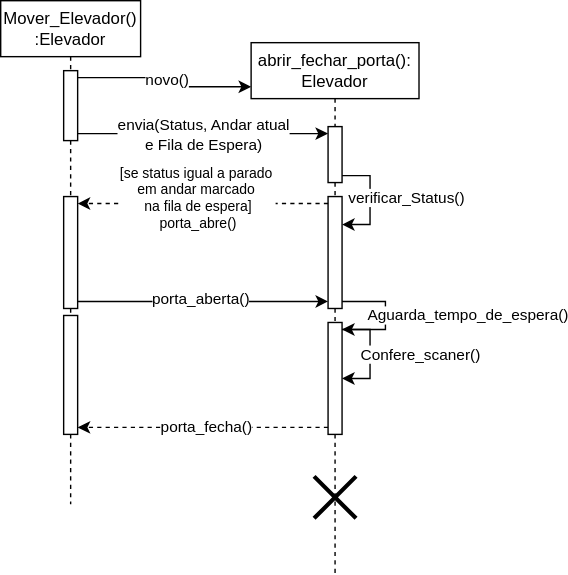
This is Diagrama-Sequencia/Abre_FechaPorta.svg from wholocked1/Projeto-2-modelagem, a draw.io export, as it was before one commit. Source tidied: cells renumbered, new cells last; positions are measured from the earlier drawing's top-left corner, leaving out a move shared by most shapes.
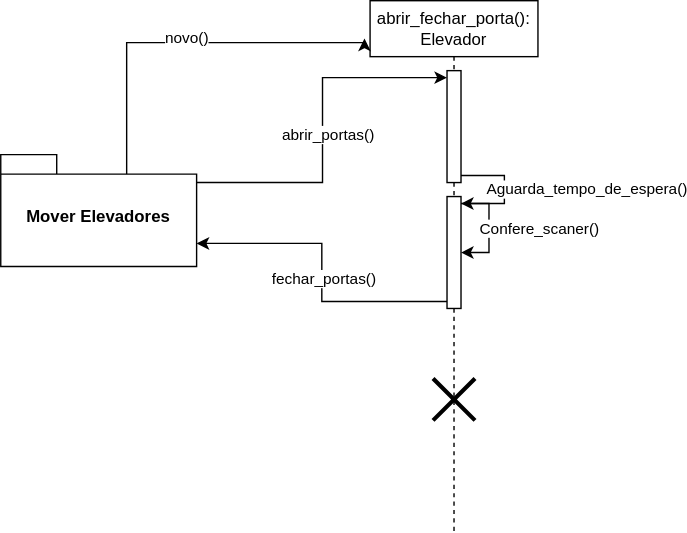
After the change.

Diff of the diagram source:
```diff
@@ -2,42 +2,20 @@
   <root>
     <mxCell id="0" />
     <mxCell id="1" parent="0" />
-    <mxCell id="2" value="Mover_Elevador()&lt;div&gt;:Elevador&lt;/div&gt;" style="shape=umlLifeline;perimeter=lifelinePerimeter;whiteSpace=wrap;html=1;newEdgeStyle={&quot;curved&quot;:0,&quot;rounded&quot;:0};" parent="1" vertex="1">
-      <mxGeometry width="100" height="360" as="geometry" />
-    </mxCell>
-    <mxCell id="3" style="html=1;points=[[0,0,0,0,5],[0,1,0,0,-5],[1,0,0,0,5],[1,1,0,0,-5]];perimeter=orthogonalPerimeter;outlineConnect=0;targetShapes=umlLifeline;portConstraint=eastwest;newEdgeStyle={&quot;curved&quot;:0,&quot;rounded&quot;:0};" parent="2" vertex="1">
-      <mxGeometry x="45" y="225" width="10" height="85" as="geometry" />
-    </mxCell>
     <mxCell id="4" value="abrir_fechar_porta(): Elevador" style="shape=umlLifeline;perimeter=lifelinePerimeter;whiteSpace=wrap;html=1;outlineConnect=0;portConstraint=eastwest;newEdgeStyle={&quot;curved&quot;:0,&quot;rounded&quot;:0};" parent="1" vertex="1">
       <mxGeometry x="179" y="30" width="120" height="380" as="geometry" />
     </mxCell>
-    <mxCell id="5" style="edgeStyle=orthogonalEdgeStyle;rounded=0;jettySize=auto;html=1;curved=0;exitX=1;exitY=1;exitDx=0;exitDy=-5;exitPerimeter=0;" parent="4" edge="1" source="7" target="8">
-      <mxGeometry relative="1" as="geometry">
-        <Array as="points">
-          <mxPoint x="85" y="95" />
-          <mxPoint x="85" y="130" />
-        </Array>
-      </mxGeometry>
-    </mxCell>
-    <mxCell id="6" value="verificar_Status()" style="edgeLabel;html=1;align=center;verticalAlign=middle;" parent="5" vertex="1">
-      <mxGeometry x="0.13" y="1" relative="1" as="geometry">
-        <mxPoint x="24" y="-7" as="offset" />
-      </mxGeometry>
-    </mxCell>
-    <mxCell id="7" style="html=1;points=[[0,0,0,0,5],[0,1,0,0,-5],[1,0,0,0,5],[1,1,0,0,-5]];perimeter=orthogonalPerimeter;outlineConnect=0;targetShapes=umlLifeline;portConstraint=eastwest;newEdgeStyle={&quot;curved&quot;:0,&quot;rounded&quot;:0};" parent="4" vertex="1">
-      <mxGeometry x="55" y="60" width="10" height="40" as="geometry" />
-    </mxCell>
     <mxCell id="8" style="html=1;points=[[0,0,0,0,5],[0,1,0,0,-5],[1,0,0,0,5],[1,1,0,0,-5]];perimeter=orthogonalPerimeter;outlineConnect=0;targetShapes=umlLifeline;portConstraint=eastwest;newEdgeStyle={&quot;curved&quot;:0,&quot;rounded&quot;:0};" parent="4" vertex="1">
-      <mxGeometry x="55" y="110" width="10" height="80" as="geometry" />
+      <mxGeometry x="55" y="50" width="10" height="80" as="geometry" />
     </mxCell>
     <mxCell id="9" style="html=1;points=[[0,0,0,0,5],[0,1,0,0,-5],[1,0,0,0,5],[1,1,0,0,-5]];perimeter=orthogonalPerimeter;outlineConnect=0;targetShapes=umlLifeline;portConstraint=eastwest;newEdgeStyle={&quot;curved&quot;:0,&quot;rounded&quot;:0};" parent="4" vertex="1">
-      <mxGeometry x="55" y="200" width="10" height="80" as="geometry" />
+      <mxGeometry x="55" y="140" width="10" height="80" as="geometry" />
     </mxCell>
     <mxCell id="10" style="edgeStyle=orthogonalEdgeStyle;rounded=0;jettySize=auto;html=1;curved=0;exitX=1;exitY=1;exitDx=0;exitDy=-5;exitPerimeter=0;entryX=1;entryY=0;entryDx=0;entryDy=5;entryPerimeter=0;" parent="4" edge="1" source="8" target="9">
       <mxGeometry relative="1" as="geometry">
         <Array as="points">
-          <mxPoint x="96" y="185" />
-          <mxPoint x="96" y="205" />
+          <mxPoint x="96" y="125" />
+          <mxPoint x="96" y="145" />
         </Array>
       </mxGeometry>
     </mxCell>
@@ -55,47 +33,45 @@
       </mxGeometry>
     </mxCell>
     <mxCell id="14" style="shape=umlDestroy;whiteSpace=wrap;html=1;strokeWidth=3;targetShapes=umlLifeline;" parent="4" vertex="1">
-      <mxGeometry x="45" y="310" width="30" height="30" as="geometry" />
+      <mxGeometry x="45" y="270" width="30" height="30" as="geometry" />
     </mxCell>
-    <mxCell id="15" style="edgeStyle=orthogonalEdgeStyle;rounded=0;jettySize=auto;html=1;curved=0;exitX=1;exitY=0;exitDx=0;exitDy=5;exitPerimeter=0;entryX=0;entryY=0.083;entryDx=0;entryDy=0;entryPerimeter=0;" parent="1" edge="1" source="21" target="4">
-      <mxGeometry relative="1" as="geometry" />
-    </mxCell>
+    <mxCell id="27" style="edgeStyle=orthogonalEdgeStyle;rounded=0;jettySize=auto;html=1;exitX=0;exitY=0;exitDx=90;exitDy=14;exitPerimeter=0;" parent="1" edge="1" source="28">
+      <mxGeometry relative="1" as="geometry">
+        <mxPoint x="175" y="57" as="targetPoint" />
+        <Array as="points">
+          <mxPoint x="5" y="60" />
+          <mxPoint x="175" y="60" />
+        </Array>
+      </mxGeometry>
+    </mxCell>
-    <mxCell id="16" value="novo()" style="edgeLabel;html=1;align=center;verticalAlign=middle;" parent="15" vertex="1">
-      <mxGeometry x="-0.04" y="1" relative="1" as="geometry" />
+    <mxCell id="16" value="novo()" style="edgeLabel;html=1;align=center;verticalAlign=middle;" parent="27" vertex="1">
+      <mxGeometry x="0.02" y="4" relative="1" as="geometry" />
     </mxCell>
-    <mxCell id="17" style="edgeStyle=orthogonalEdgeStyle;rounded=0;jettySize=auto;html=1;curved=0;exitX=1;exitY=1;exitDx=0;exitDy=-5;exitPerimeter=0;entryX=0;entryY=0;entryDx=0;entryDy=5;entryPerimeter=0;" parent="1" edge="1" source="21" target="7">
-      <mxGeometry relative="1" as="geometry" />
-    </mxCell>
-    <mxCell id="18" value="envia(Status, Andar atual&lt;div&gt;e Fila de Espera)&lt;/div&gt;" style="edgeLabel;html=1;align=center;verticalAlign=middle;" parent="17" vertex="1">
-      <mxGeometry x="-0.01" relative="1" as="geometry" />
-    </mxCell>
-    <mxCell id="19" style="edgeStyle=orthogonalEdgeStyle;rounded=0;jettySize=auto;html=1;curved=0;exitX=0;exitY=0;exitDx=0;exitDy=5;exitPerimeter=0;entryX=1;entryY=0;entryDx=0;entryDy=5;entryPerimeter=0;dashed=1;" parent="1" edge="1" source="8" target="22">
-      <mxGeometry relative="1" as="geometry" />
-    </mxCell>
-    <mxCell id="20" value="&lt;font style=&quot;font-size: 10px;&quot;&gt;[se status igual a parado&amp;nbsp;&lt;/font&gt;&lt;div style=&quot;font-size: 10px;&quot;&gt;&lt;font style=&quot;font-size: 10px;&quot;&gt;em andar marcado&amp;nbsp;&lt;/font&gt;&lt;/div&gt;&lt;div style=&quot;font-size: 10px;&quot;&gt;&lt;font style=&quot;font-size: 10px;&quot;&gt;na fila de espera]&lt;/font&gt;&lt;/div&gt;&lt;div style=&quot;font-size: 10px;&quot;&gt;&lt;font style=&quot;font-size: 10px;&quot;&gt;porta_abre()&lt;/font&gt;&lt;/div&gt;" style="edgeLabel;html=1;align=center;verticalAlign=middle;" parent="19" vertex="1">
-      <mxGeometry x="0.09" y="-1" relative="1" as="geometry">
-        <mxPoint x="4" y="-4" as="offset" />
-      </mxGeometry>
-    </mxCell>
-    <mxCell id="21" style="html=1;points=[[0,0,0,0,5],[0,1,0,0,-5],[1,0,0,0,5],[1,1,0,0,-5]];perimeter=orthogonalPerimeter;outlineConnect=0;targetShapes=umlLifeline;portConstraint=eastwest;newEdgeStyle={&quot;curved&quot;:0,&quot;rounded&quot;:0};" parent="1" vertex="1">
-      <mxGeometry x="45" y="50" width="10" height="50" as="geometry" />
-    </mxCell>
-    <mxCell id="22" style="html=1;points=[[0,0,0,0,5],[0,1,0,0,-5],[1,0,0,0,5],[1,1,0,0,-5]];perimeter=orthogonalPerimeter;outlineConnect=0;targetShapes=umlLifeline;portConstraint=eastwest;newEdgeStyle={&quot;curved&quot;:0,&quot;rounded&quot;:0};" parent="1" vertex="1">
-      <mxGeometry x="45" y="140" width="10" height="80" as="geometry" />
-    </mxCell>
-    <mxCell id="23" style="edgeStyle=orthogonalEdgeStyle;rounded=0;jettySize=auto;html=1;curved=0;exitX=1;exitY=1;exitDx=0;exitDy=-5;exitPerimeter=0;entryX=0;entryY=1;entryDx=0;entryDy=-5;entryPerimeter=0;" parent="1" edge="1" source="22" target="8">
-      <mxGeometry relative="1" as="geometry" />
-    </mxCell>
-    <mxCell id="24" value="porta_aberta()" style="edgeLabel;html=1;align=center;verticalAlign=middle;" parent="23" vertex="1">
-      <mxGeometry x="-0.03" y="3" relative="1" as="geometry" />
-    </mxCell>
-    <mxCell id="25" style="edgeStyle=orthogonalEdgeStyle;rounded=0;jettySize=auto;html=1;curved=0;exitX=0;exitY=1;exitDx=0;exitDy=-5;exitPerimeter=0;entryX=1;entryY=1;entryDx=0;entryDy=-5;entryPerimeter=0;dashed=1;" parent="1" edge="1" source="9" target="3">
-      <mxGeometry relative="1" as="geometry" />
-    </mxCell>
-    <mxCell id="26" value="porta_fecha()" style="edgeLabel;html=1;align=center;verticalAlign=middle;" parent="25" vertex="1">
-      <mxGeometry x="-0.05" y="2" relative="1" as="geometry">
-        <mxPoint x="-3" y="-3" as="offset" />
-      </mxGeometry>
-    </mxCell>
+    <mxCell id="28" value="Mover Elevadores" style="shape=folder;fontStyle=1;spacingTop=10;tabWidth=40;tabHeight=14;tabPosition=left;html=1;whiteSpace=wrap;" parent="1" vertex="1">
+      <mxGeometry x="-85" y="140" width="140" height="80" as="geometry" />
+    </mxCell>
+    <mxCell id="29" style="edgeStyle=orthogonalEdgeStyle;rounded=0;jettySize=auto;html=1;entryX=0;entryY=0;entryDx=0;entryDy=5;entryPerimeter=0;" parent="1" edge="1" target="8">
+      <mxGeometry relative="1" as="geometry">
+        <mxPoint x="55" y="160" as="sourcePoint" />
+        <Array as="points">
+          <mxPoint x="55" y="160" />
+          <mxPoint x="145" y="160" />
+          <mxPoint x="145" y="85" />
+        </Array>
+      </mxGeometry>
+    </mxCell>
+    <mxCell id="30" value="abrir_portas()" style="edgeLabel;html=1;align=center;verticalAlign=middle;" parent="29" vertex="1">
+      <mxGeometry x="-0.01" y="-2" relative="1" as="geometry">
+        <mxPoint x="1" as="offset" />
+      </mxGeometry>
+    </mxCell>
+    <mxCell id="31" style="edgeStyle=orthogonalEdgeStyle;rounded=0;jettySize=auto;html=1;curved=0;exitX=0;exitY=1;exitDx=0;exitDy=-5;exitPerimeter=0;entryX=0;entryY=0;entryDx=140;entryDy=63.5;entryPerimeter=0;" parent="1" edge="1" source="9" target="28">
+      <mxGeometry relative="1" as="geometry" />
+    </mxCell>
+    <mxCell id="32" value="fechar_portas()" style="edgeLabel;html=1;align=center;verticalAlign=middle;" parent="31" vertex="1">
+      <mxGeometry x="-0.04" relative="1" as="geometry">
+        <mxPoint x="1" as="offset" />
+      </mxGeometry>
+    </mxCell>
   </root>
 </mxGraphModel>
```
